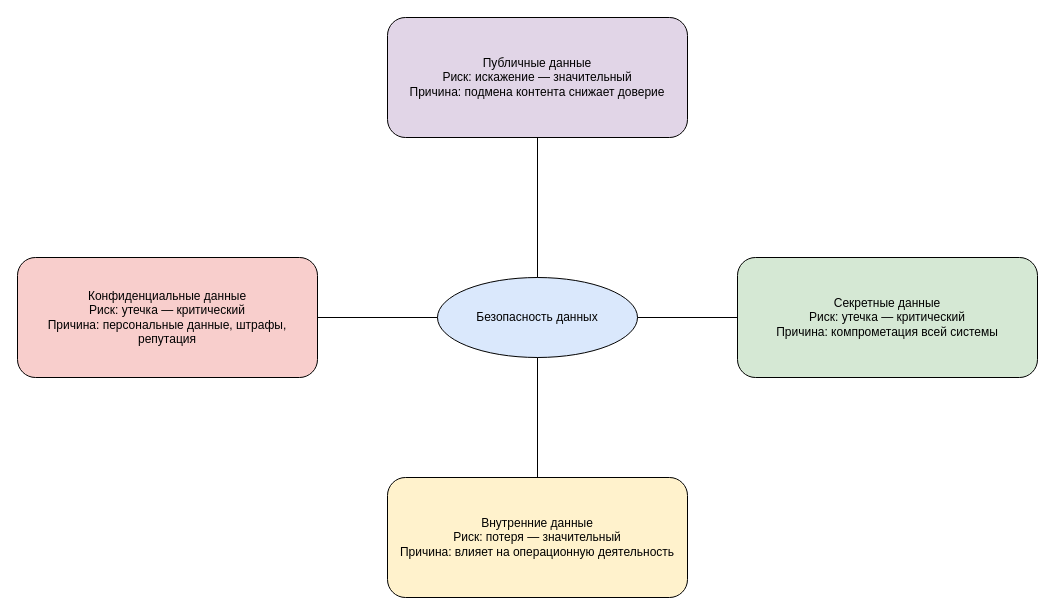
Above: Task1/mindmap.drawio in Winzy92/architecture-propdevelopment (draw.io), before the change. Source tidied: cells renumbered, new cells numbered last; positions are measured from the earlier drawing's top-left corner, leaving out a move shared by most shapes. Both pictures are drawn from the tidied source at 100%, with x=0, y=0 at pixel (17, 17).
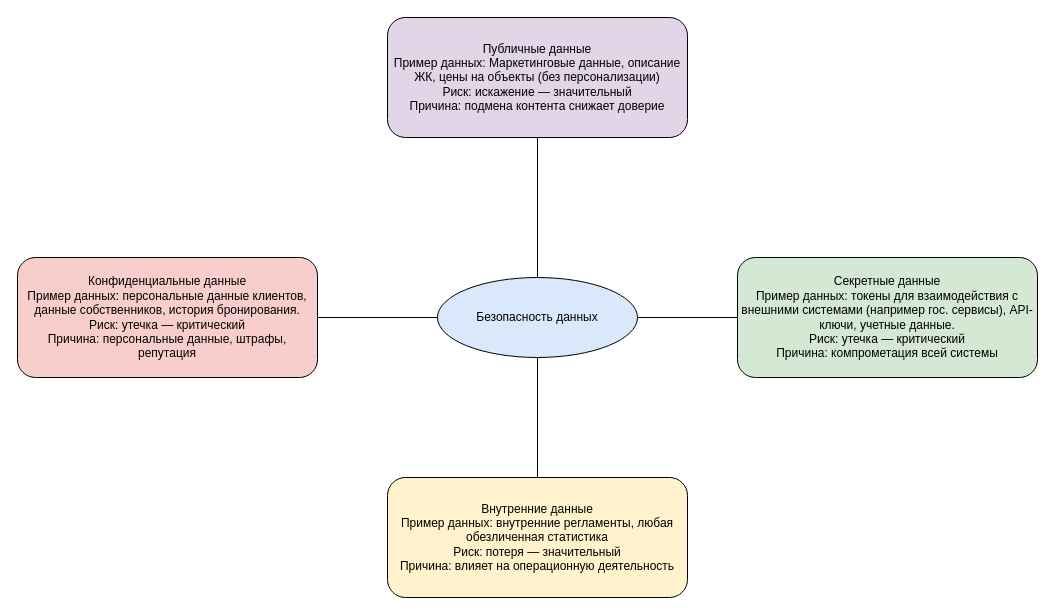
Above is the later version.

Change to the diagram source:
```diff
@@
 <mxGraphModel>
   <root>
     <mxCell id="0" />
     <mxCell id="1" parent="0" />
     <mxCell id="2" value="Безопасность данных" style="ellipse;whiteSpace=wrap;html=1;fillColor=#dae8fc;" parent="1" vertex="1">
       <mxGeometry x="420" y="260" width="200" height="80" as="geometry" />
     </mxCell>
-    <mxCell id="3" value="Публичные данные&#10;Риск: искажение — значительный&#10;Причина: подмена контента снижает доверие" style="rounded=1;whiteSpace=wrap;html=1;fillColor=#e1d5e7;" parent="1" vertex="1">
+    <mxCell id="3" value="Публичные данные&lt;div&gt;Пример данных: Маркетинговые данные, описание ЖК, цены на объекты (без персонализации)&lt;br&gt;Риск: искажение — значительный&lt;br&gt;Причина: подмена контента снижает доверие&lt;/div&gt;" style="rounded=1;whiteSpace=wrap;html=1;fillColor=#e1d5e7;" parent="1" vertex="1">
       <mxGeometry x="370" width="300" height="120" as="geometry" />
     </mxCell>
-    <mxCell id="4" value="Внутренние данные&#10;Риск: потеря — значительный&#10;Причина: влияет на операционную деятельность" style="rounded=1;whiteSpace=wrap;html=1;fillColor=#fff2cc;" parent="1" vertex="1">
+    <mxCell id="4" value="Внутренние данные&lt;div&gt;Пример данных: внутренние регламенты, любая обезличенная статистика&lt;br&gt;Риск: потеря — значительный&lt;br&gt;Причина: влияет на операционную деятельность&lt;/div&gt;" style="rounded=1;whiteSpace=wrap;html=1;fillColor=#fff2cc;" parent="1" vertex="1">
       <mxGeometry x="370" y="460" width="300" height="120" as="geometry" />
     </mxCell>
-    <mxCell id="5" value="Конфиденциальные данные&lt;br&gt;Риск: утечка — критический&lt;br&gt;Причина: персональные данные, штрафы, репутация" style="rounded=1;whiteSpace=wrap;html=1;fillColor=#f8cecc;" parent="1" vertex="1">
+    <mxCell id="5" value="Конфиденциальные данные&lt;div&gt;Пример данных: персональные данные клиентов, данные собственников, история бронирования.&lt;br&gt;Риск: утечка — критический&lt;br&gt;Причина: персональные данные, штрафы, репутация&lt;/div&gt;" style="rounded=1;whiteSpace=wrap;html=1;fillColor=#f8cecc;" parent="1" vertex="1">
       <mxGeometry y="240" width="300" height="120" as="geometry" />
     </mxCell>
-    <mxCell id="6" value="Секретные данные&#10;Риск: утечка — критический&#10;Причина: компрометация всей системы" style="rounded=1;whiteSpace=wrap;html=1;fillColor=#d5e8d4;" parent="1" vertex="1">
+    <mxCell id="6" value="Секретные данные&lt;div&gt;Пример данных: токены для взаимодействия с внешними системами (например гос. сервисы), API-ключи, учетные данные.&lt;br&gt;Риск: утечка — критический&lt;br&gt;Причина: компрометация всей системы&lt;/div&gt;" style="rounded=1;whiteSpace=wrap;html=1;fillColor=#d5e8d4;" parent="1" vertex="1">
       <mxGeometry x="720" y="240" width="300" height="120" as="geometry" />
     </mxCell>
     <mxCell id="7" style="edgeStyle=orthogonalEdgeStyle;endArrow=none;" parent="1" edge="1" source="2" target="3">
       <mxGeometry relative="1" as="geometry" />
     </mxCell>
     <mxCell id="8" style="edgeStyle=orthogonalEdgeStyle;endArrow=none;" parent="1" edge="1" source="2" target="4">
       <mxGeometry relative="1" as="geometry" />
     </mxCell>
     <mxCell id="9" style="edgeStyle=orthogonalEdgeStyle;endArrow=none;" parent="1" edge="1" source="2" target="5">
       <mxGeometry relative="1" as="geometry" />
     </mxCell>
     <mxCell id="10" style="edgeStyle=orthogonalEdgeStyle;endArrow=none;" parent="1" edge="1" source="2" target="6">
       <mxGeometry relative="1" as="geometry" />
     </mxCell>
   </root>
 </mxGraphModel>
```
